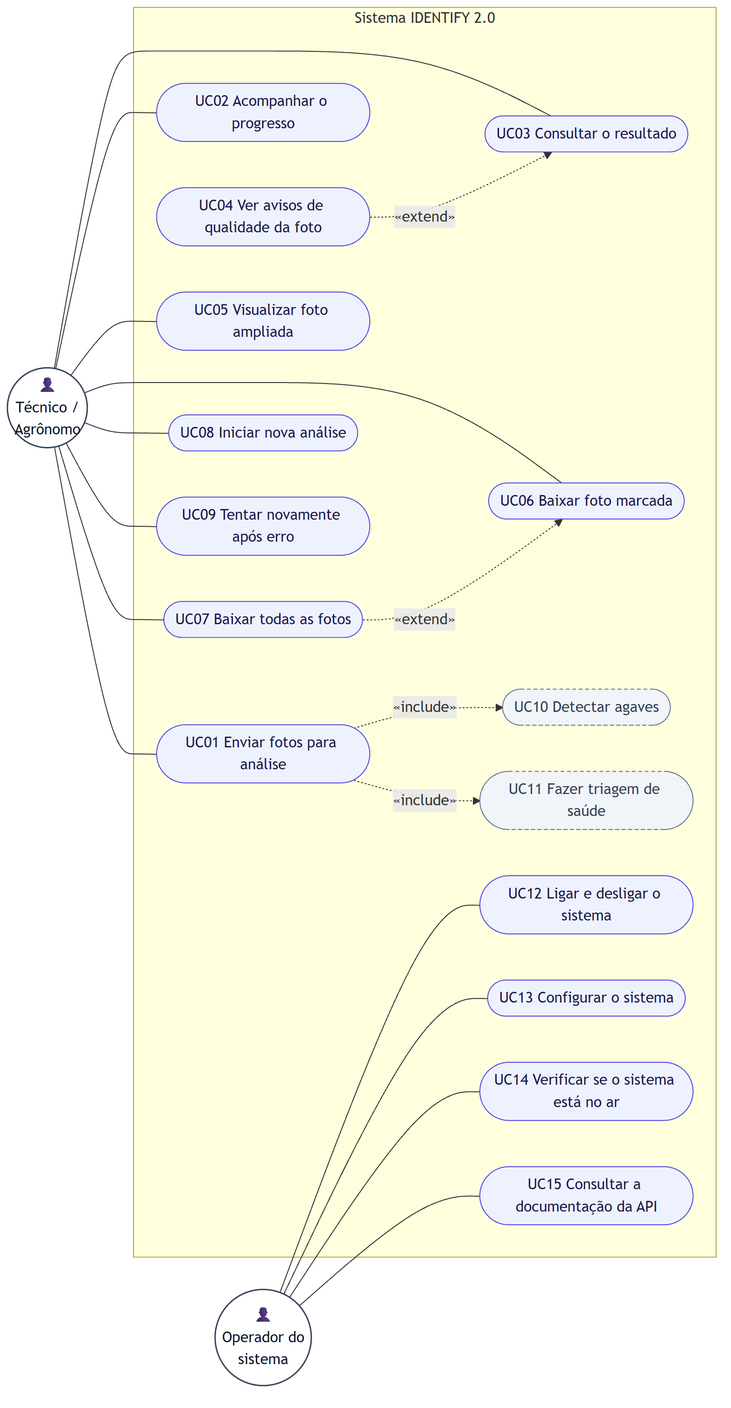
Above: docs/diagramas/casos-de-uso.png in f-lrz/Identify2.0_docker (Mermaid), before the change. Its source is kept beside it as docs/diagramas/casos-de-uso.mmd.
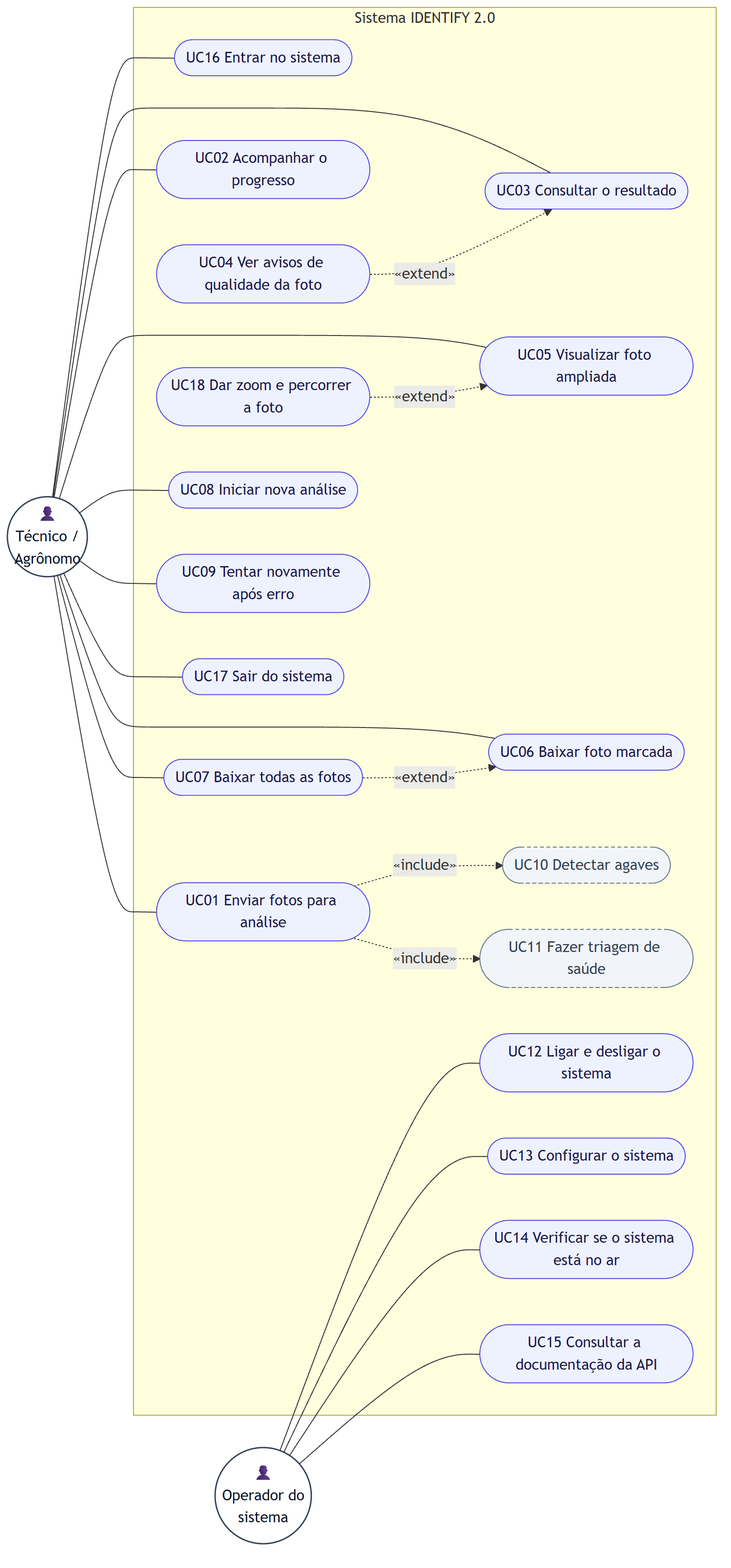
The same file after the commit.

Diff of the diagram source:
```diff
@@ -4,15 +4,18 @@
 
   subgraph sistema["Sistema IDENTIFY 2.0"]
     direction TB
+    UC16(["UC16 Entrar no sistema"])
     UC1(["UC01 Enviar fotos para análise"])
     UC2(["UC02 Acompanhar o progresso"])
     UC3(["UC03 Consultar o resultado"])
     UC4(["UC04 Ver avisos de qualidade da foto"])
     UC5(["UC05 Visualizar foto ampliada"])
+    UC18(["UC18 Dar zoom e percorrer a foto"])
     UC6(["UC06 Baixar foto marcada"])
     UC7(["UC07 Baixar todas as fotos"])
     UC8(["UC08 Iniciar nova análise"])
     UC9(["UC09 Tentar novamente após erro"])
+    UC17(["UC17 Sair do sistema"])
     UC10(["UC10 Detectar agaves"])
     UC11(["UC11 Fazer triagem de saúde"])
     UC12(["UC12 Ligar e desligar o sistema"])
@@ -21,6 +24,7 @@
     UC15(["UC15 Consultar a documentação da API"])
   end
 
+  tecnico --- UC16
   tecnico --- UC1
   tecnico --- UC2
   tecnico --- UC3
@@ -29,11 +33,13 @@
   tecnico --- UC7
   tecnico --- UC8
   tecnico --- UC9
+  tecnico --- UC17
 
   UC1 -. "«include»" .-> UC10
   UC1 -. "«include»" .-> UC11
   UC4 -. "«extend»" .-> UC3
   UC7 -. "«extend»" .-> UC6
+  UC18 -. "«extend»" .-> UC5
 
   operador --- UC12
   operador --- UC13
@@ -44,5 +50,5 @@
   classDef uc fill:#eef2ff,stroke:#4f46e5,color:#1e1b4b
   classDef interno fill:#f1f5f9,stroke:#64748b,color:#334155,stroke-dasharray: 4 3
   class tecnico,operador ator
-  class UC1,UC2,UC3,UC4,UC5,UC6,UC7,UC8,UC9,UC12,UC13,UC14,UC15 uc
+  class UC1,UC2,UC3,UC4,UC5,UC6,UC7,UC8,UC9,UC12,UC13,UC14,UC15,UC16,UC17,UC18 uc
   class UC10,UC11 interno
```
